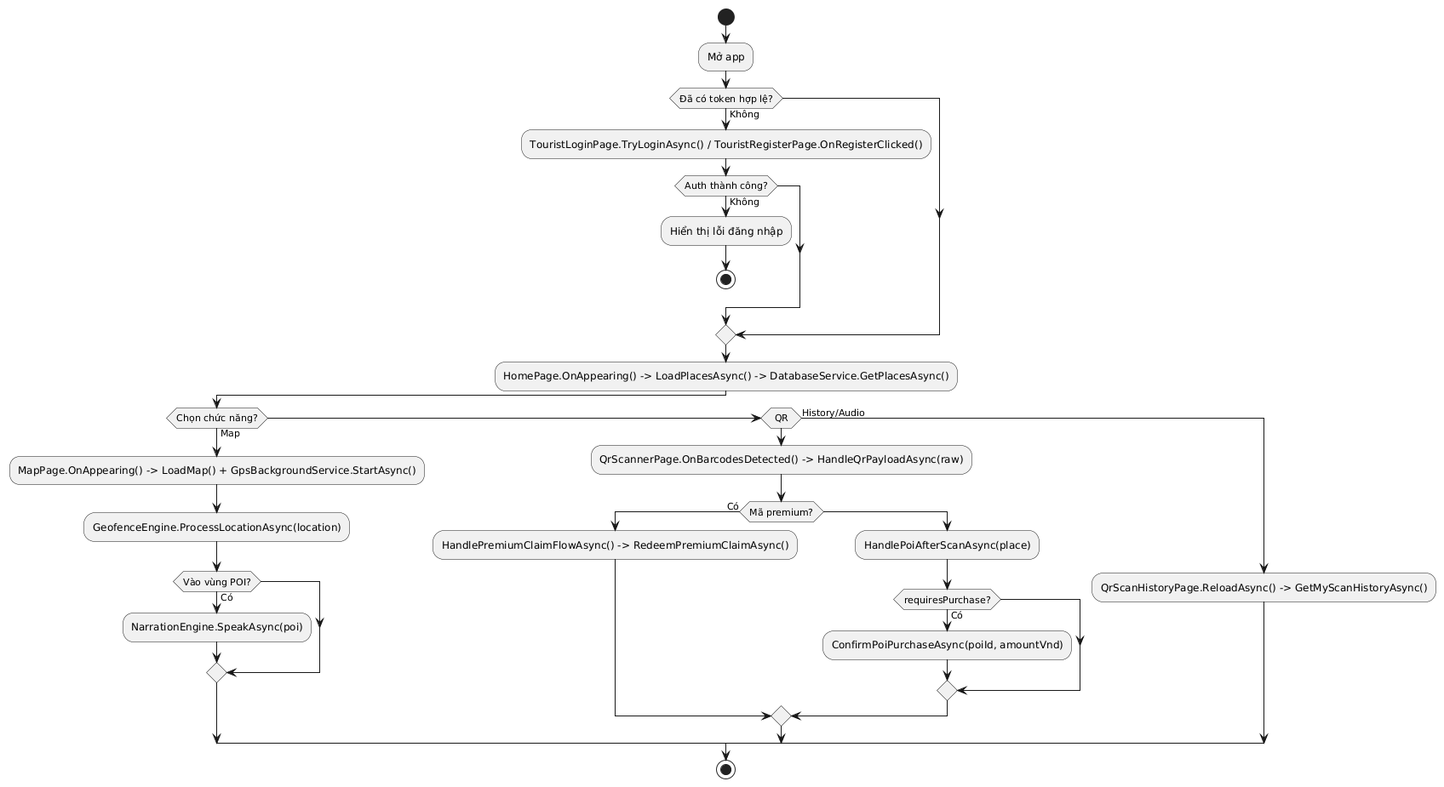
Earlier version of the PlantUML export Diagrams/ACT DuKhach.png (hoangtri22/TravelGuide).
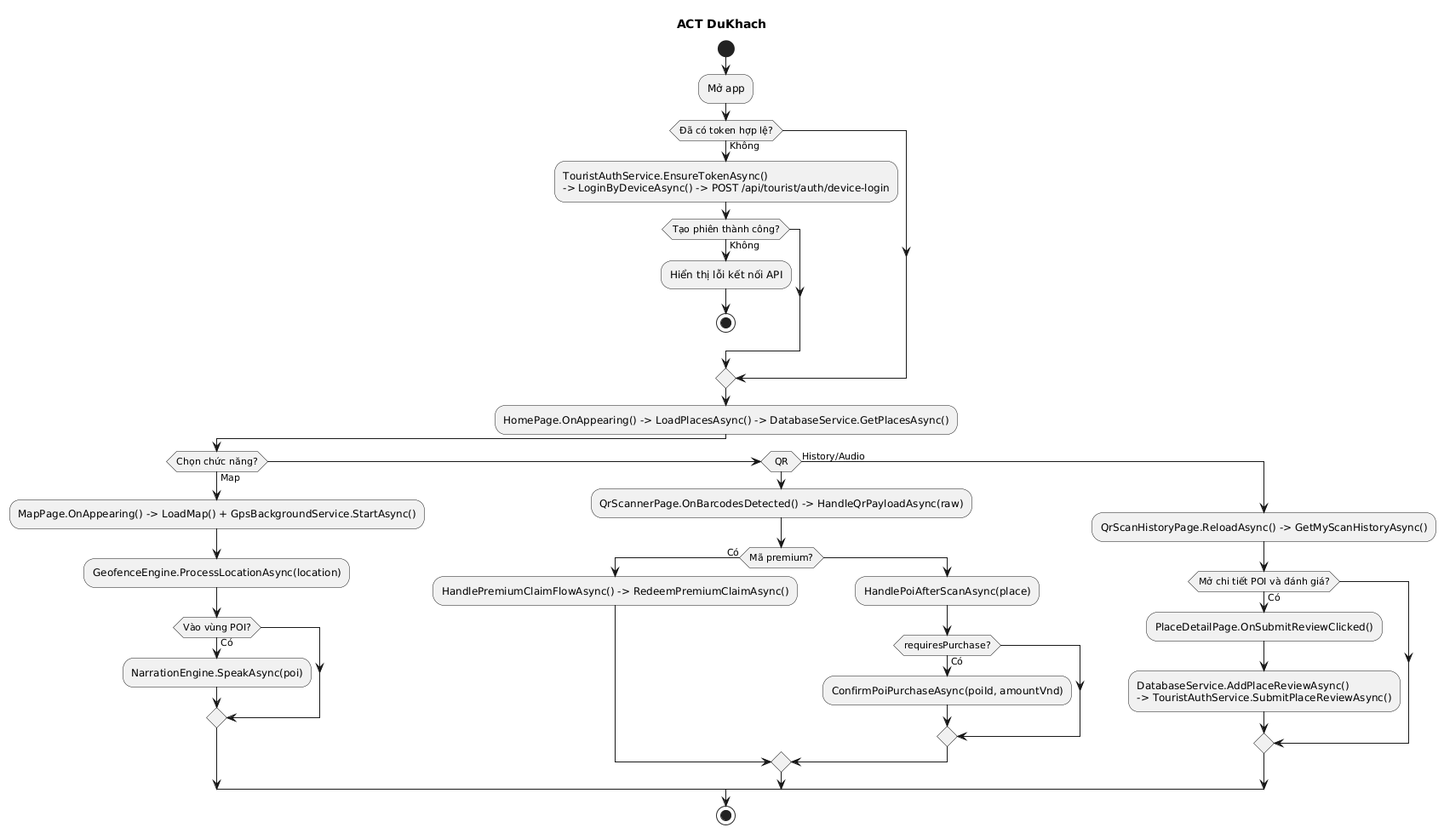
Later version of the same file.

Change to the diagram source:
```diff
@@ -1,10 +1,11 @@
 @startuml
+title ACT DuKhach
 start
 :Mở app;
 if (Đã có token hợp lệ?) then (Không)
-  :TouristLoginPage.TryLoginAsync() / TouristRegisterPage.OnRegisterClicked();
-  if (Auth thành công?) then (Không)
-    :Hiển thị lỗi đăng nhập;
+  :TouristAuthService.EnsureTokenAsync()\n-> LoginByDeviceAsync() -> POST /api/tourist/auth/device-login;
+  if (Tạo phiên thành công?) then (Không)
+    :Hiển thị lỗi kết nối API;
     stop
   endif
 endif
@@ -27,6 +28,10 @@
   endif
 else (History/Audio)
   :QrScanHistoryPage.ReloadAsync() -> GetMyScanHistoryAsync();
+  if (Mở chi tiết POI và đánh giá?) then (Có)
+    :PlaceDetailPage.OnSubmitReviewClicked();
+    :DatabaseService.AddPlaceReviewAsync()\n-> TouristAuthService.SubmitPlaceReviewAsync();
+  endif
 endif
 stop
 @enduml
```
